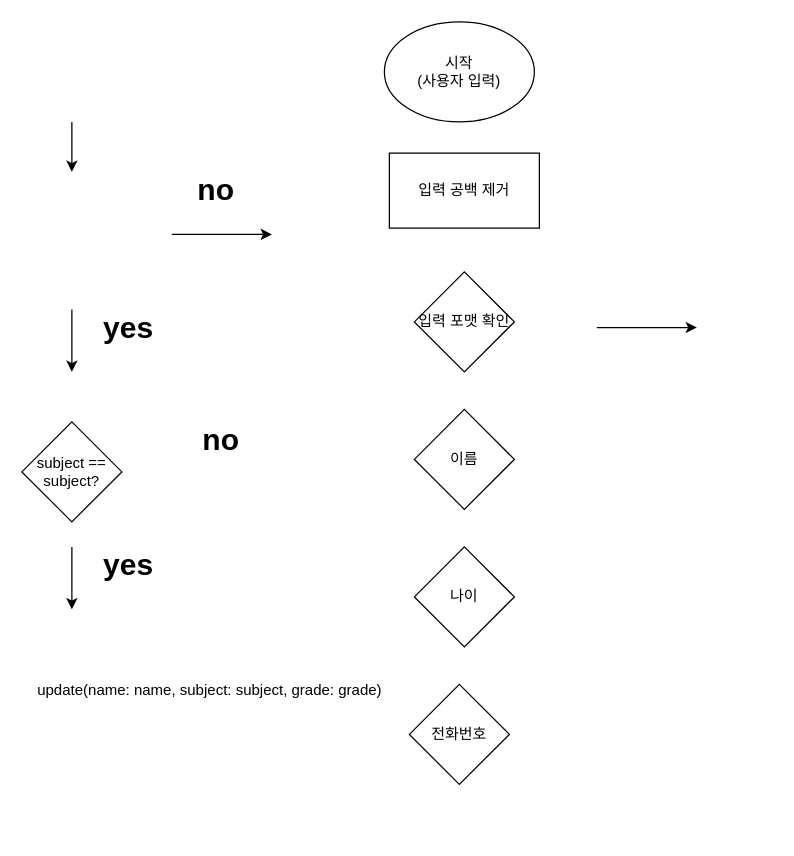
Above: PhoneBookManager/제목 없는 다이어그램.drawio in tasty-code/ios-contact-manager-ui (draw.io), before the change. Source tidied: cells renumbered, new cells numbered last; positions are measured from the earlier drawing's top-left corner, leaving out a move shared by most shapes. Both pictures are drawn from the tidied source at 125%, with x=0, y=0 at pixel (21, 21).
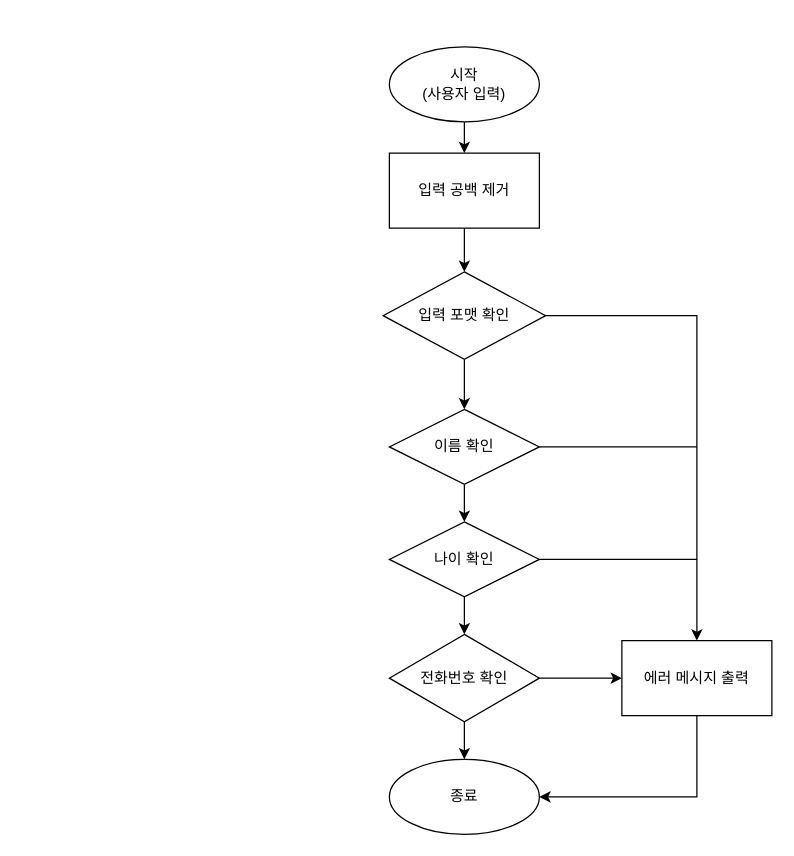
The same page after the edit.

Commit message:
chore: 순서도 작성

The change refers to these unchanged cells:
```xml
<mxCell id="15" value="입력 공백 제거" style="rounded=0;whiteSpace=wrap;html=1;" parent="1" vertex="1">
  <mxGeometry x="294" y="105" width="120" height="60" as="geometry" />
</mxCell>
```

What changed in the source:
```diff
@@
+    <mxCell id="19" style="edgeStyle=orthogonalEdgeStyle;rounded=0;jettySize=auto;html=1;" parent="1" edge="1" source="2" target="16">
+      <mxGeometry relative="1" as="geometry" />
+    </mxCell>
     <mxCell id="2" value="입력 포맷 확인" style="rhombus;whiteSpace=wrap;html=1;" parent="1" vertex="1">
-      <mxGeometry x="314" y="200" width="80" height="80" as="geometry" />
+      <mxGeometry x="289" y="200" width="130" height="70" as="geometry" />
     </mxCell>
-    <mxCell id="3" style="endArrow=classic;html=1;rounded=0;" parent="1" edge="1">
-      <mxGeometry relative="1" as="geometry">
-        <mxPoint x="40" y="230" as="sourcePoint" />
-        <mxPoint x="40" y="280" as="targetPoint" />
-      </mxGeometry>
-    </mxCell>
-    <mxCell id="4" style="endArrow=classic;html=1;rounded=0;" parent="1" edge="1">
-      <mxGeometry relative="1" as="geometry">
-        <mxPoint x="40" y="80" as="sourcePoint" />
-        <mxPoint x="40" y="120" as="targetPoint" />
-      </mxGeometry>
-    </mxCell>
-    <mxCell id="5" style="endArrow=classic;html=1;rounded=0;" parent="1" edge="1">
-      <mxGeometry relative="1" as="geometry">
-        <mxPoint x="120" y="170" as="sourcePoint" />
-        <mxPoint x="200" y="170" as="targetPoint" />
-      </mxGeometry>
-    </mxCell>
-    <mxCell id="6" value="no" style="text;strokeColor=none;fillColor=none;html=1;fontSize=24;fontStyle=1;verticalAlign=middle;align=center;" parent="1" vertex="1">
-      <mxGeometry x="130" y="120" width="50" height="30" as="geometry" />
-    </mxCell>
-    <mxCell id="7" value="yes" style="text;strokeColor=none;fillColor=none;html=1;fontSize=24;fontStyle=1;verticalAlign=middle;align=center;" parent="1" vertex="1">
-      <mxGeometry x="60" y="230" width="50" height="30" as="geometry" />
-    </mxCell>
-    <mxCell id="8" value="subject == subject?" style="rhombus;whiteSpace=wrap;html=1;" parent="1" vertex="1">
-      <mxGeometry y="320" width="80" height="80" as="geometry" />
-    </mxCell>
-    <mxCell id="9" style="endArrow=classic;html=1;rounded=0;" parent="1" edge="1">
-      <mxGeometry relative="1" as="geometry">
-        <mxPoint x="40" y="420" as="sourcePoint" />
-        <mxPoint x="40" y="470" as="targetPoint" />
-      </mxGeometry>
-    </mxCell>
-    <mxCell id="10" value="yes" style="text;strokeColor=none;fillColor=none;html=1;fontSize=24;fontStyle=1;verticalAlign=middle;align=center;" parent="1" vertex="1">
-      <mxGeometry x="60" y="420" width="50" height="30" as="geometry" />
-    </mxCell>
-    <mxCell id="11" style="endArrow=classic;html=1;rounded=0;" parent="1" edge="1">
+    <mxCell id="11" style="endArrow=classic;html=1;rounded=0;exitX=1;exitY=0.5;exitDx=0;exitDy=0;" parent="1" edge="1" source="2" target="26">
       <mxGeometry relative="1" as="geometry">
-        <mxPoint x="460" y="244.5" as="sourcePoint" />
-        <mxPoint x="540" y="244.5" as="targetPoint" />
+        <Array as="points">
+          <mxPoint x="540" y="235" />
+        </Array>
       </mxGeometry>
     </mxCell>
-    <mxCell id="12" value="no" style="text;strokeColor=none;fillColor=none;html=1;fontSize=24;fontStyle=1;verticalAlign=middle;align=center;" parent="1" vertex="1">
-      <mxGeometry x="134" y="320" width="50" height="30" as="geometry" />
-    </mxCell>
-    <mxCell id="13" value="update(name: name, subject: subject, grade: grade)" style="text;html=1;align=center;verticalAlign=middle;strokeColor=none;fillColor=none;" parent="1" vertex="1">
-      <mxGeometry y="520" width="300" height="30" as="geometry" />
-    </mxCell>
+    <mxCell id="20" style="edgeStyle=orthogonalEdgeStyle;rounded=0;jettySize=auto;html=1;" parent="1" edge="1" source="14" target="15">
+      <mxGeometry relative="1" as="geometry" />
+    </mxCell>
     <mxCell id="14" value="시작&lt;br&gt;(사용자 입력)" style="ellipse;whiteSpace=wrap;html=1;flipV=1;" parent="1" vertex="1">
-      <mxGeometry x="290" width="120" height="80" as="geometry" />
+      <mxGeometry x="294" y="20" width="120" height="60" as="geometry" />
     </mxCell>
+    <mxCell id="21" style="edgeStyle=orthogonalEdgeStyle;rounded=0;jettySize=auto;html=1;" parent="1" edge="1" source="15" target="2">
+      <mxGeometry relative="1" as="geometry" />
+    </mxCell>
@@
+    <mxCell id="22" style="edgeStyle=orthogonalEdgeStyle;rounded=0;jettySize=auto;html=1;" parent="1" edge="1" source="16" target="17">
+      <mxGeometry relative="1" as="geometry" />
+    </mxCell>
-    <mxCell id="16" value="이름" style="rhombus;whiteSpace=wrap;html=1;" parent="1" vertex="1">
-      <mxGeometry x="314" y="310" width="80" height="80" as="geometry" />
+    <mxCell id="16" value="이름 확인" style="rhombus;whiteSpace=wrap;html=1;" parent="1" vertex="1">
+      <mxGeometry x="294" y="310" width="120" height="60" as="geometry" />
     </mxCell>
+    <mxCell id="23" style="edgeStyle=orthogonalEdgeStyle;rounded=0;jettySize=auto;html=1;" parent="1" edge="1" source="17" target="18">
+      <mxGeometry relative="1" as="geometry" />
+    </mxCell>
-    <mxCell id="17" value="나이" style="rhombus;whiteSpace=wrap;html=1;" parent="1" vertex="1">
-      <mxGeometry x="314" y="420" width="80" height="80" as="geometry" />
+    <mxCell id="17" value="나이 확인" style="rhombus;whiteSpace=wrap;html=1;" parent="1" vertex="1">
+      <mxGeometry x="294" y="400" width="120" height="60" as="geometry" />
     </mxCell>
+    <mxCell id="24" style="edgeStyle=orthogonalEdgeStyle;rounded=0;jettySize=auto;html=1;" parent="1" edge="1" source="18" target="26">
+      <mxGeometry relative="1" as="geometry" />
+    </mxCell>
+    <mxCell id="25" style="edgeStyle=orthogonalEdgeStyle;rounded=0;jettySize=auto;html=1;" parent="1" edge="1" source="18" target="28">
+      <mxGeometry relative="1" as="geometry" />
+    </mxCell>
-    <mxCell id="18" value="전화번호" style="rhombus;whiteSpace=wrap;html=1;" parent="1" vertex="1">
-      <mxGeometry x="310" y="530" width="80" height="80" as="geometry" />
+    <mxCell id="18" value="전화번호 확인" style="rhombus;whiteSpace=wrap;html=1;" parent="1" vertex="1">
+      <mxGeometry x="294" y="490" width="120" height="70" as="geometry" />
     </mxCell>
+    <mxCell id="26" value="에러 메시지 출력" style="rounded=0;whiteSpace=wrap;html=1;" parent="1" vertex="1">
+      <mxGeometry x="480" y="495" width="120" height="60" as="geometry" />
+    </mxCell>
+    <mxCell id="27" style="endArrow=classic;html=1;rounded=0;exitX=0.5;exitY=1;exitDx=0;exitDy=0;entryX=1;entryY=0.5;entryDx=0;entryDy=0;entryPerimeter=0;" parent="1" edge="1" source="26" target="28">
+      <mxGeometry relative="1" as="geometry">
+        <Array as="points">
+          <mxPoint x="540" y="620" />
+        </Array>
+      </mxGeometry>
+    </mxCell>
+    <mxCell id="28" value="종료" style="ellipse;whiteSpace=wrap;html=1;flipV=1;" parent="1" vertex="1">
+      <mxGeometry x="294" y="590" width="120" height="60" as="geometry" />
+    </mxCell>
+    <mxCell id="29" style="endArrow=none;html=1;rounded=0;entryX=1;entryY=0.5;entryDx=0;entryDy=0;" parent="1" edge="1" target="16">
+      <mxGeometry relative="1" as="geometry">
+        <mxPoint x="540" y="340" as="sourcePoint" />
+      </mxGeometry>
+    </mxCell>
+    <mxCell id="30" style="endArrow=none;html=1;rounded=0;entryX=1;entryY=0.5;entryDx=0;entryDy=0;" parent="1" edge="1" target="17">
+      <mxGeometry relative="1" as="geometry">
+        <mxPoint x="540" y="430" as="sourcePoint" />
+      </mxGeometry>
+    </mxCell>
```
